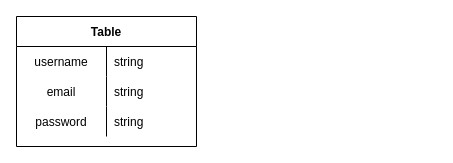
This is feature/fades_auth_db.drawio from ShiryaevNikolay/diagrams, a draw.io file, before an edit. Source tidied: cells renumbered, new cells numbered last; positions are measured from the earlier drawing's top-left corner, leaving out a move shared by most shapes. Both pictures are drawn from the tidied source at 100%, with x=0, y=0 at pixel (16, 16).
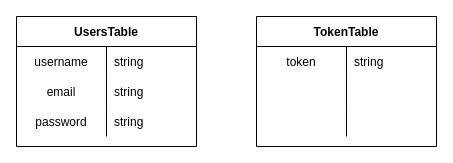
The same page after the edit.

What changed in the source:
```diff
@@
-    <mxCell id="2" value="Table" style="shape=table;startSize=30;childLayout=tableLayout;rowLines=0;fontStyle=1;align=center;" parent="1" vertex="1">
+    <mxCell id="2" value="UsersTable" style="shape=table;startSize=30;childLayout=tableLayout;rowLines=0;fontStyle=1;align=center;" parent="1" vertex="1">
       <mxGeometry width="180" height="130" as="geometry" />
     </mxCell>
@@
+    <mxCell id="12" value="TokenTable" style="shape=table;startSize=30;childLayout=tableLayout;rowLines=0;fontStyle=1;align=center;" parent="1" vertex="1">
+      <mxGeometry x="240" width="180" height="130" as="geometry" />
+    </mxCell>
+    <mxCell id="13" style="shape=tableRow;horizontal=0;startSize=0;swimlaneHead=0;swimlaneBody=0;fillColor=none;top=0;left=0;right=0;bottom=0;" parent="12" vertex="1">
+      <mxGeometry y="30" width="180" height="30" as="geometry" />
+    </mxCell>
+    <mxCell id="14" value="token" style="shape=partialRectangle;fillColor=none;top=0;left=0;bottom=0;right=0;overflow=hidden;" parent="13" vertex="1">
+      <mxGeometry width="90" height="30" as="geometry" />
+    </mxCell>
+    <mxCell id="15" value="string" style="shape=partialRectangle;fillColor=none;top=0;left=0;bottom=0;right=0;align=left;spacingLeft=6;overflow=hidden;" parent="13" vertex="1">
+      <mxGeometry x="90" width="90" height="30" as="geometry" />
+    </mxCell>
+    <mxCell id="16" style="shape=tableRow;horizontal=0;startSize=0;swimlaneHead=0;swimlaneBody=0;fillColor=none;top=0;left=0;right=0;bottom=0;" parent="12" vertex="1">
+      <mxGeometry y="60" width="180" height="30" as="geometry" />
+    </mxCell>
+    <mxCell id="17" style="shape=partialRectangle;fillColor=none;top=0;left=0;bottom=0;right=0;overflow=hidden;" parent="16" vertex="1">
+      <mxGeometry width="90" height="30" as="geometry" />
+    </mxCell>
+    <mxCell id="18" style="shape=partialRectangle;fillColor=none;top=0;left=0;bottom=0;right=0;align=left;spacingLeft=6;overflow=hidden;" parent="16" vertex="1">
+      <mxGeometry x="90" width="90" height="30" as="geometry" />
+    </mxCell>
+    <mxCell id="19" style="shape=tableRow;horizontal=0;startSize=0;swimlaneHead=0;swimlaneBody=0;fillColor=none;top=0;left=0;right=0;bottom=0;" parent="12" vertex="1">
+      <mxGeometry y="90" width="180" height="30" as="geometry" />
+    </mxCell>
+    <mxCell id="20" style="shape=partialRectangle;fillColor=none;top=0;left=0;bottom=0;right=0;overflow=hidden;" parent="19" vertex="1">
+      <mxGeometry width="90" height="30" as="geometry" />
+    </mxCell>
+    <mxCell id="21" style="shape=partialRectangle;fillColor=none;top=0;left=0;bottom=0;right=0;align=left;spacingLeft=6;overflow=hidden;" parent="19" vertex="1">
+      <mxGeometry x="90" width="90" height="30" as="geometry" />
+    </mxCell>
```
